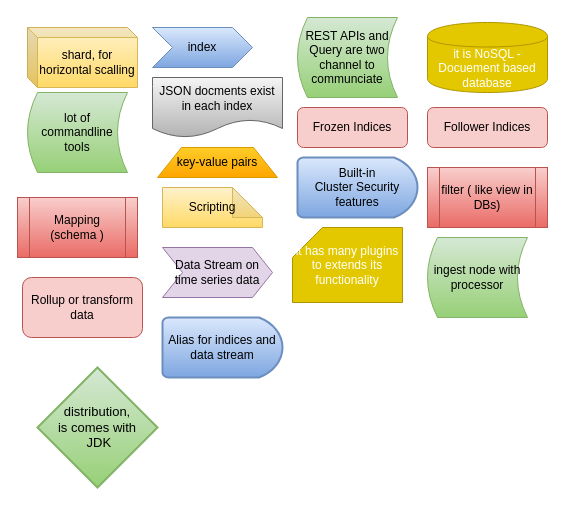
This is page "ES-General" (1 of 10) of My Articles/elastic stack/Elastic Search Understanding.drawio from paramothers/books, a draw.io file, before an edit. Source tidied: cells renumbered, new cells numbered last; positions are measured from the earlier drawing's top-left corner, leaving out a move shared by most shapes. Both pictures are drawn from the tidied source at 100%, with x=0, y=0 at pixel (17, 17).
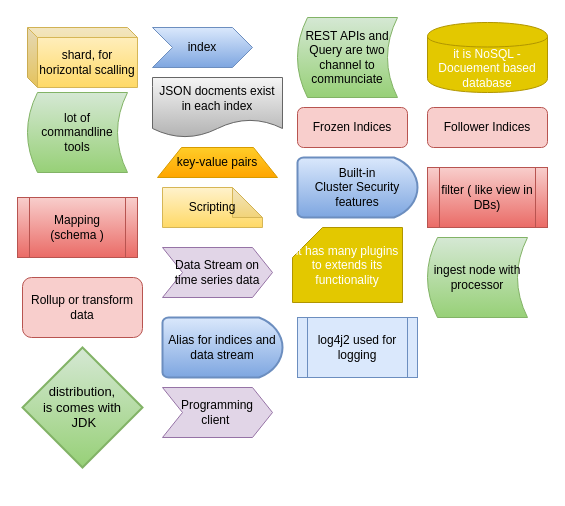
The same page after the edit.

The edit, as a diff of the source:
```diff
@@
     <mxCell id="20" value="distribution, &lt;br&gt;is comes with&lt;br&gt;&amp;nbsp;JDK" style="rhombus;whiteSpace=wrap;html=1;strokeColor=#82b366;strokeWidth=2;fontSize=13;align=center;gradientColor=#97d077;fillColor=#d5e8d4;" parent="1" vertex="1">
-      <mxGeometry x="20" y="350" width="120" height="120" as="geometry" />
+      <mxGeometry x="5" y="330" width="120" height="120" as="geometry" />
     </mxCell>
+    <mxCell id="21" value="log4j2 used for logging" style="shape=process;whiteSpace=wrap;html=1;backgroundOutline=1;size=0.08333333333333333;fillColor=#dae8fc;strokeColor=#6c8ebf;" parent="1" vertex="1">
+      <mxGeometry x="280" y="300" width="120" height="60" as="geometry" />
+    </mxCell>
+    <mxCell id="22" value="Programming &lt;br&gt;client&amp;nbsp;" style="shape=step;perimeter=stepPerimeter;whiteSpace=wrap;html=1;fixedSize=1;fillColor=#e1d5e7;strokeColor=#9673a6;" parent="1" vertex="1">
+      <mxGeometry x="145" y="370" width="110" height="50" as="geometry" />
+    </mxCell>
```
